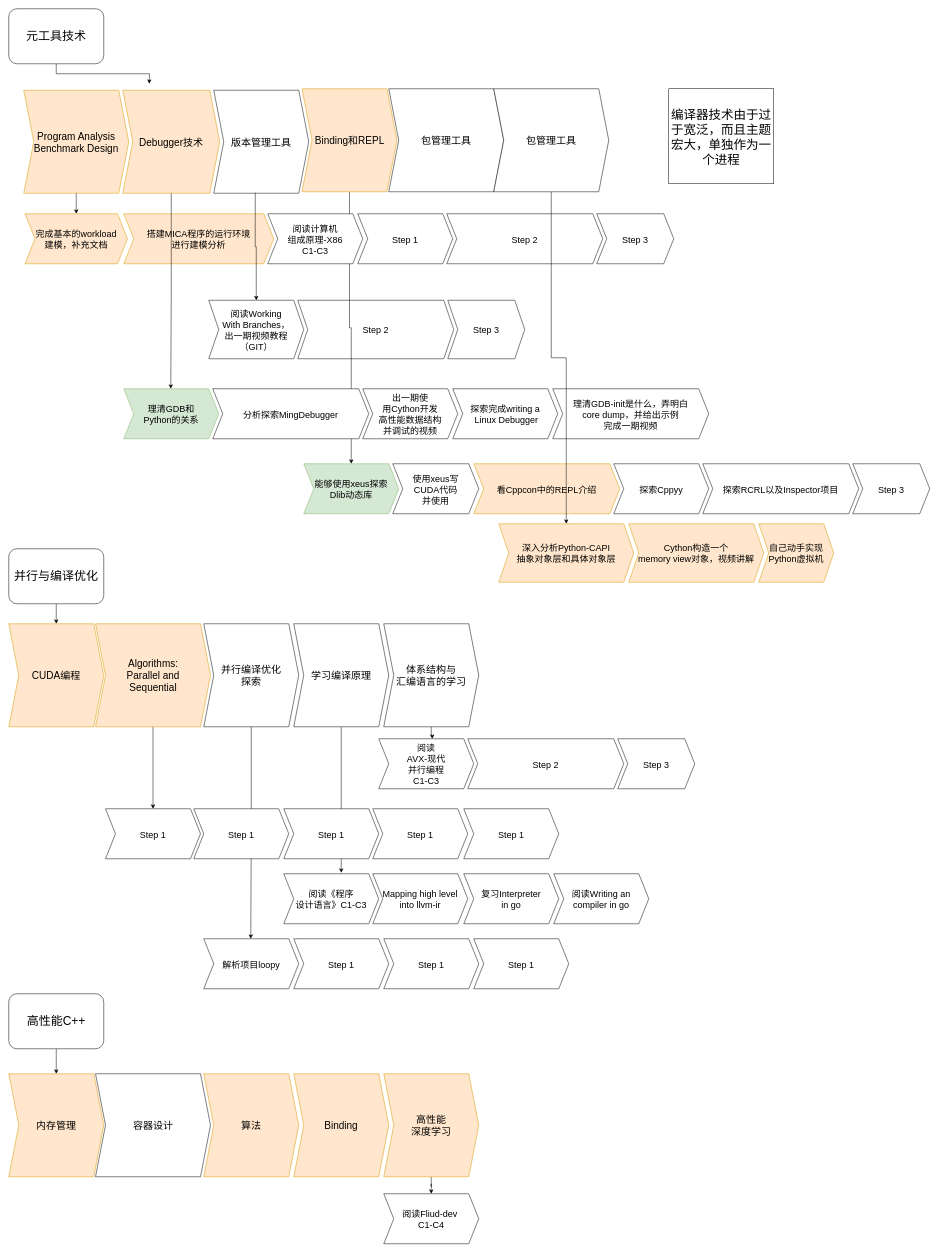
Earlier version of the draw.io diagram page "最近的充电" (2 of 4) of scheduler.drawio (xiaoniaoyouhuajiang/ClassNotebook). Source tidied: cells renumbered, new cells numbered last; positions are measured from the earlier drawing's top-left corner, leaving out a move shared by most shapes. Both pictures are drawn from the tidied source at 50%, with x=0, y=0 at pixel (8, 8).
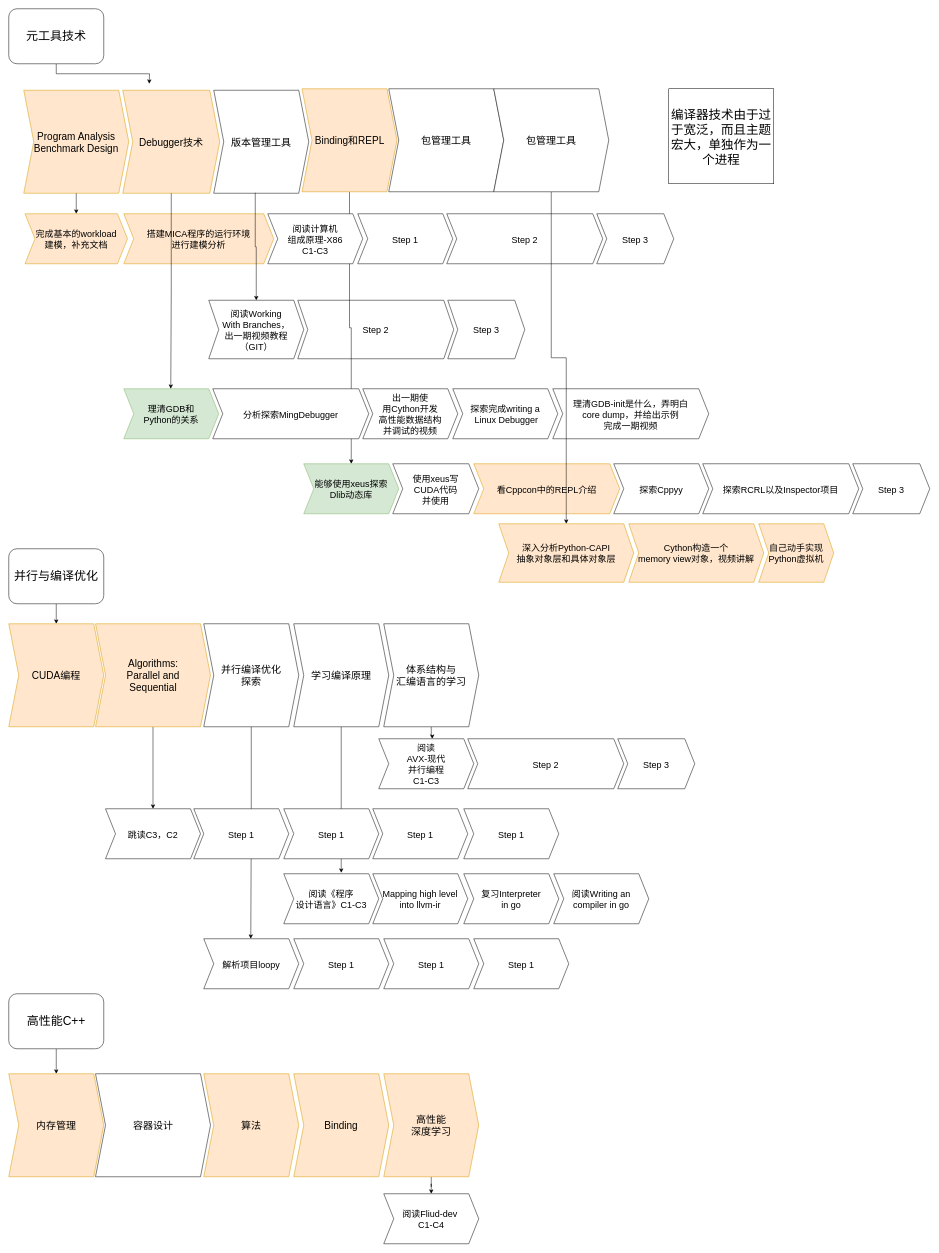
The same diagram, later.

What changed in the source:
```diff
@@
-    <mxCell id="57" value="Step 1" style="shape=step;perimeter=stepPerimeter;fixedSize=1;points=[];fontSize=18;" parent="1" vertex="1">
+    <mxCell id="57" value="跳读C3，C2" style="shape=step;perimeter=stepPerimeter;fixedSize=1;points=[];fontSize=18;" parent="1" vertex="1">
       <mxGeometry x="193.5" y="1600" width="190" height="100" as="geometry" />
     </mxCell>
```
